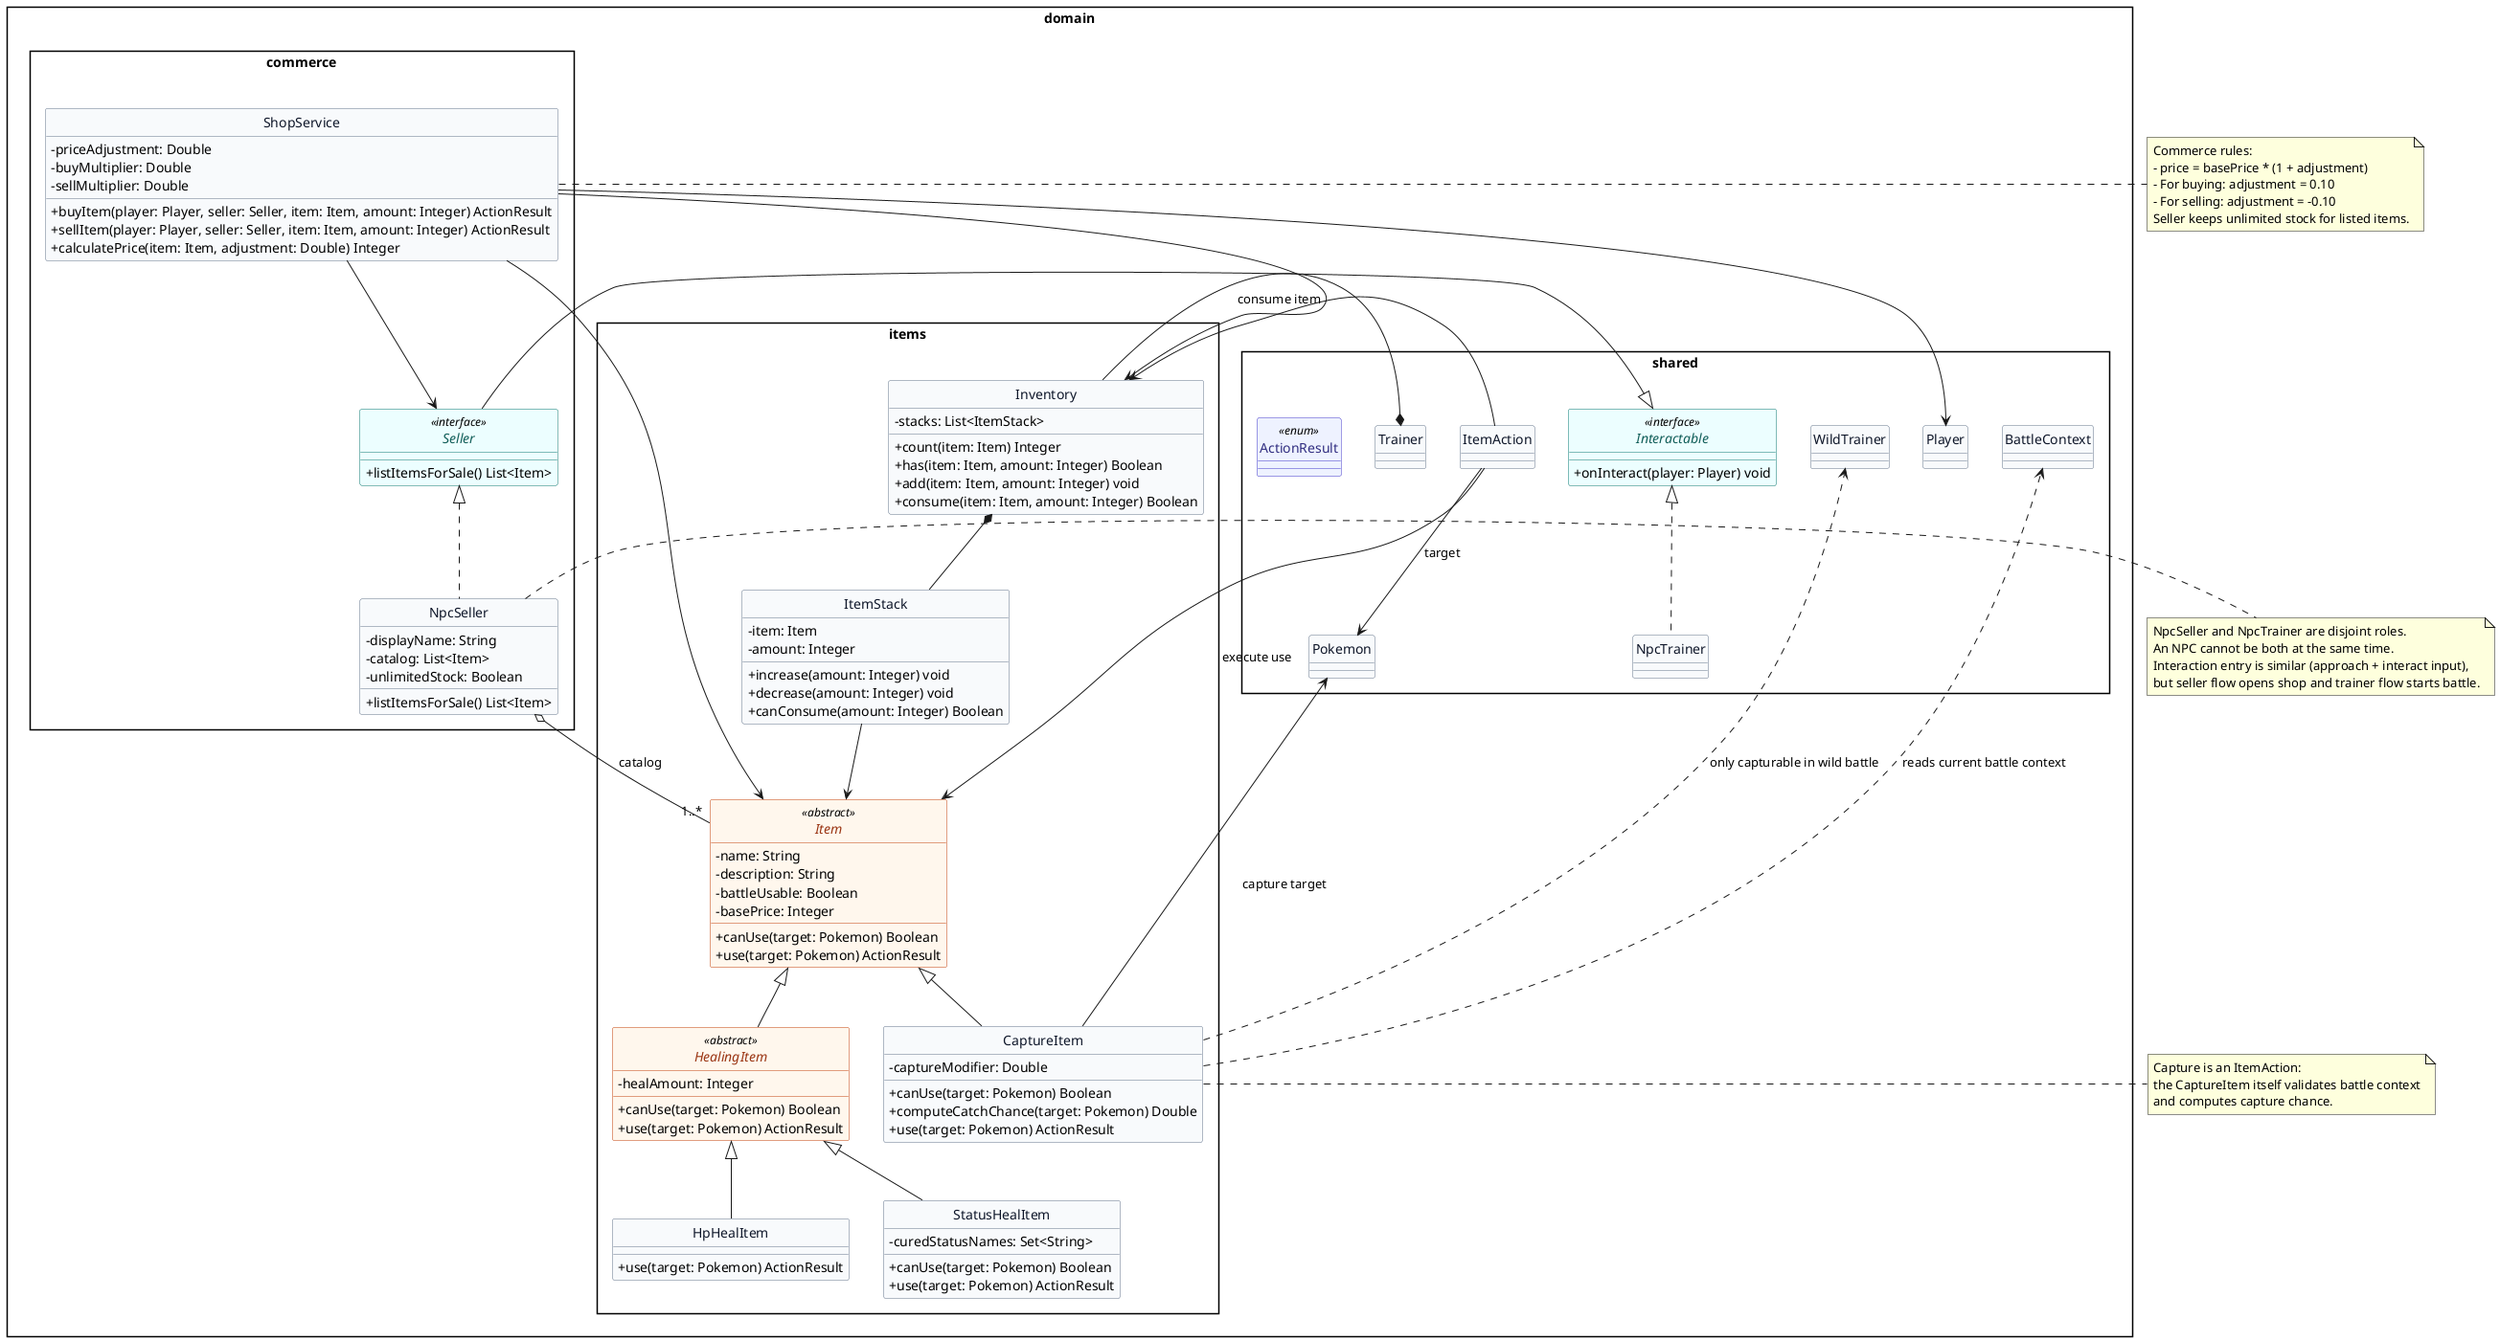
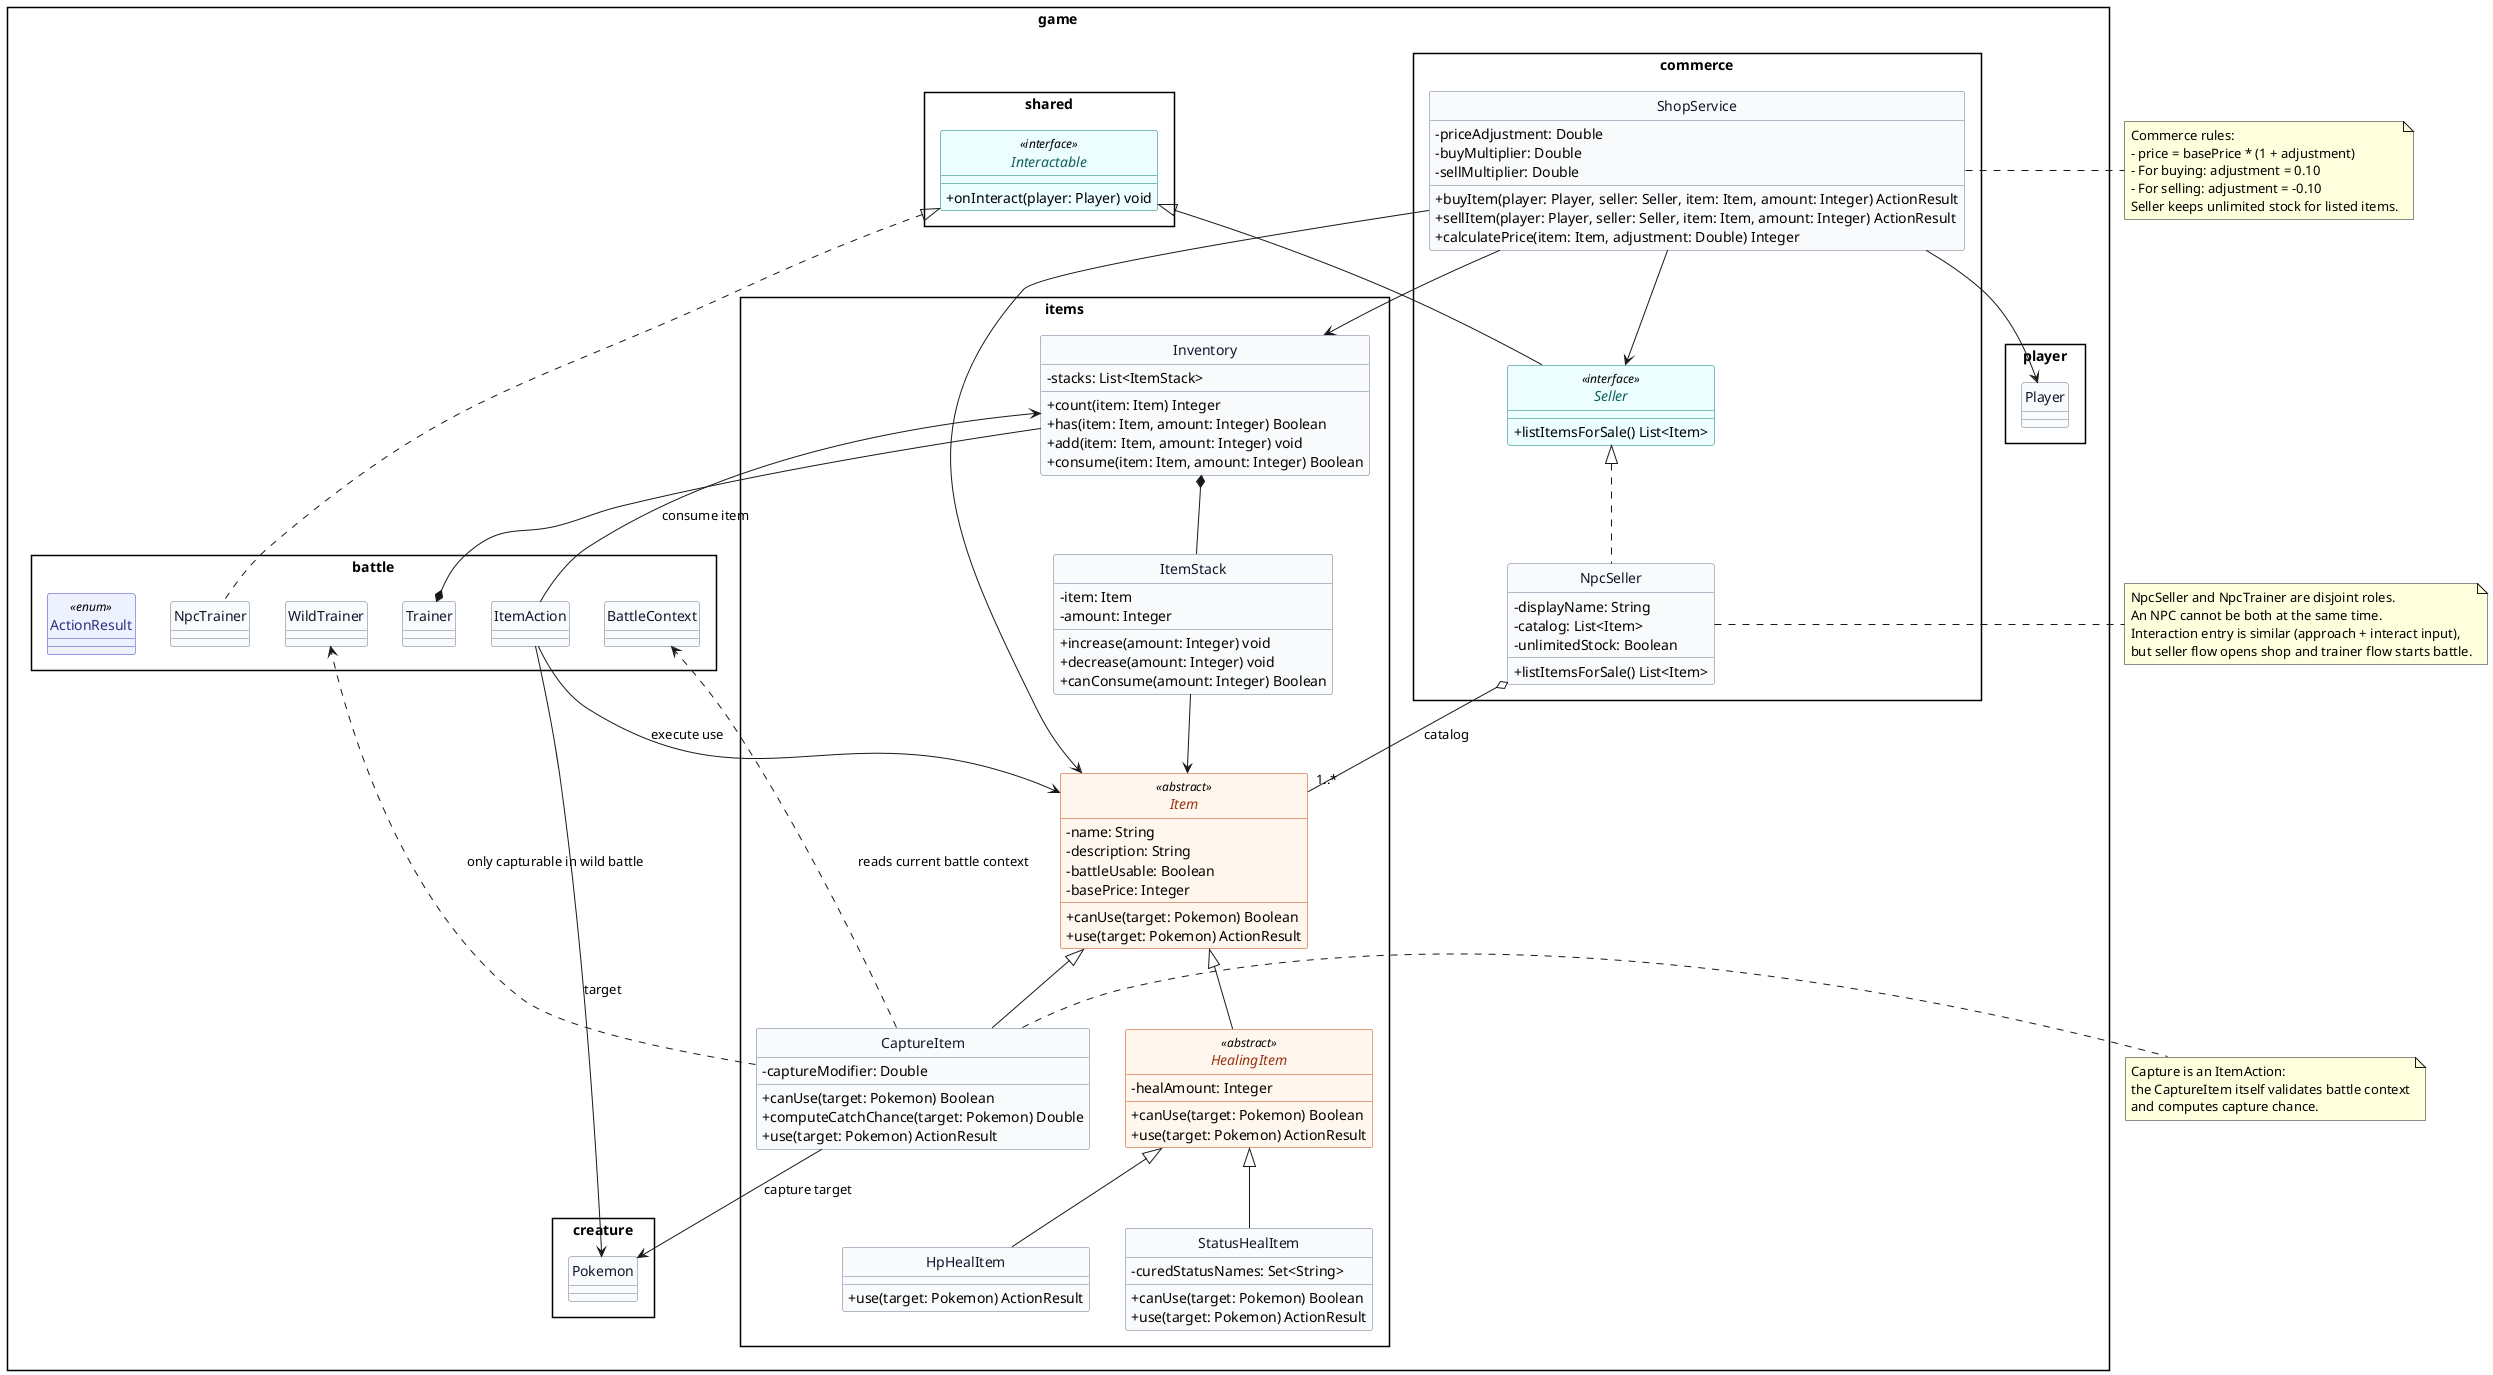
@startuml items_inventory_capture
skinparam style strictuml
skinparam packageStyle rectangle
skinparam shadowing false
skinparam classAttributeIconSize 0

skinparam class {
    BackgroundColor #F8FAFC
    BorderColor #64748B
    FontColor #0F172A
}

skinparam class<<abstract>> {
    BackgroundColor #FFF7ED
    BorderColor #C2410C
    FontColor #9A3412
}

skinparam class<<interface>> {
    BackgroundColor #ECFEFF
    BorderColor #0F766E
    FontColor #115E59
}

skinparam class<<enum>> {
    BackgroundColor #EEF2FF
    BorderColor #4338CA
    FontColor #312E81
}

- package "domain.items" {
+ package "game.items" {
    abstract class Item <<abstract>> #FFF7ED {
        -name: String
        -description: String
        -battleUsable: Boolean
        -basePrice: Integer
        +canUse(target: Pokemon) Boolean
        +use(target: Pokemon) ActionResult
    }

    abstract class HealingItem <<abstract>> #FFF7ED {
        -healAmount: Integer
        +canUse(target: Pokemon) Boolean
        +use(target: Pokemon) ActionResult
    }

    class HpHealItem #F8FAFC {
        +use(target: Pokemon) ActionResult
    }

    class StatusHealItem #F8FAFC {
        -curedStatusNames: Set<String>
        +canUse(target: Pokemon) Boolean
        +use(target: Pokemon) ActionResult
    }

    class CaptureItem #F8FAFC {
        -captureModifier: Double
        +canUse(target: Pokemon) Boolean
        +computeCatchChance(target: Pokemon) Double
        +use(target: Pokemon) ActionResult
    }

    class Inventory #F8FAFC {
        -stacks: List<ItemStack>
        +count(item: Item) Integer
        +has(item: Item, amount: Integer) Boolean
        +add(item: Item, amount: Integer) void
        +consume(item: Item, amount: Integer) Boolean
    }

    class ItemStack #F8FAFC {
        -item: Item
        -amount: Integer
        +increase(amount: Integer) void
        +decrease(amount: Integer) void
        +canConsume(amount: Integer) Boolean
    }
}

- package "domain.commerce" {
+ package "game.commerce" {
    interface Seller <<interface>> #ECFEFF {
        +listItemsForSale() List<Item>
    }

    class NpcSeller #F8FAFC {
        -displayName: String
        -catalog: List<Item>
        -unlimitedStock: Boolean
        +listItemsForSale() List<Item>
    }

    class ShopService #F8FAFC {
        -priceAdjustment: Double
        -buyMultiplier: Double
        -sellMultiplier: Double
        +buyItem(player: Player, seller: Seller, item: Item, amount: Integer) ActionResult
        +sellItem(player: Player, seller: Seller, item: Item, amount: Integer) ActionResult
        +calculatePrice(item: Item, adjustment: Double) Integer
    }
}

- package "domain.shared" {
+ package "game.shared" {
    interface Interactable <<interface>> #ECFEFF {
        +onInteract(player: Player) void
    }
+ }

+ package "game.battle" {
    class Trainer #F8FAFC
    class WildTrainer #F8FAFC
    class NpcTrainer #F8FAFC
-     class Player #F8FAFC
-     class Pokemon #F8FAFC
    class BattleContext #F8FAFC
    class ItemAction #F8FAFC
    enum ActionResult <<enum>> #EEF2FF
+ }
+ 
+ package "game.player" {
+     class Player #F8FAFC
+ }
+ 
+ package "game.creature" {
+     class Pokemon #F8FAFC
}

Item <|-- HealingItem
HealingItem <|-- HpHealItem
HealingItem <|-- StatusHealItem
Item <|-- CaptureItem

Inventory *-- ItemStack
ItemStack --> Item
Trainer *-- Inventory

Interactable <|-- Seller
Interactable <|.. NpcTrainer

Seller <|.. NpcSeller
NpcSeller o-- "1..*" Item : catalog
ShopService --> Seller
ShopService --> Item
ShopService --> Inventory
ShopService --> Player

ItemAction --> Inventory : consume item
ItemAction --> Item : execute use
ItemAction --> Pokemon : target
CaptureItem ..> BattleContext : reads current battle context
CaptureItem ..> WildTrainer : only capturable in wild battle
CaptureItem --> Pokemon : capture target

note right of CaptureItem
Capture is an ItemAction:
the CaptureItem itself validates battle context
and computes capture chance.
end note

note right of ShopService
Commerce rules:
- price = basePrice * (1 + adjustment)
- For buying: adjustment = 0.10
- For selling: adjustment = -0.10
Seller keeps unlimited stock for listed items.
end note

note right of NpcSeller
NpcSeller and NpcTrainer are disjoint roles.
An NPC cannot be both at the same time.
Interaction entry is similar (approach + interact input),
but seller flow opens shop and trainer flow starts battle.
end note

@enduml
